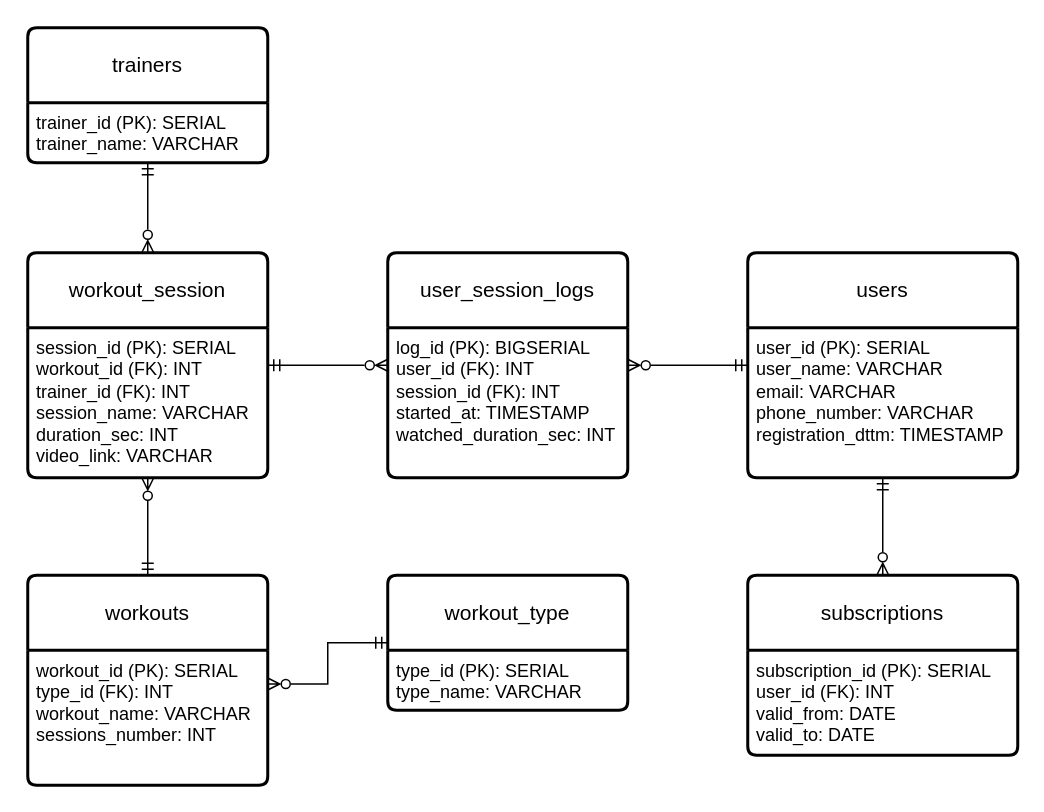
Before: drawio/logical.drawio in Krahjotdaan/db-cource-project, a draw.io diagram. Source tidied: cells renumbered, new cells numbered last; positions are measured from the earlier drawing's top-left corner, leaving out a move shared by most shapes. Both pictures are drawn from the tidied source at 150%, with x=0, y=0 at pixel (27, 27).
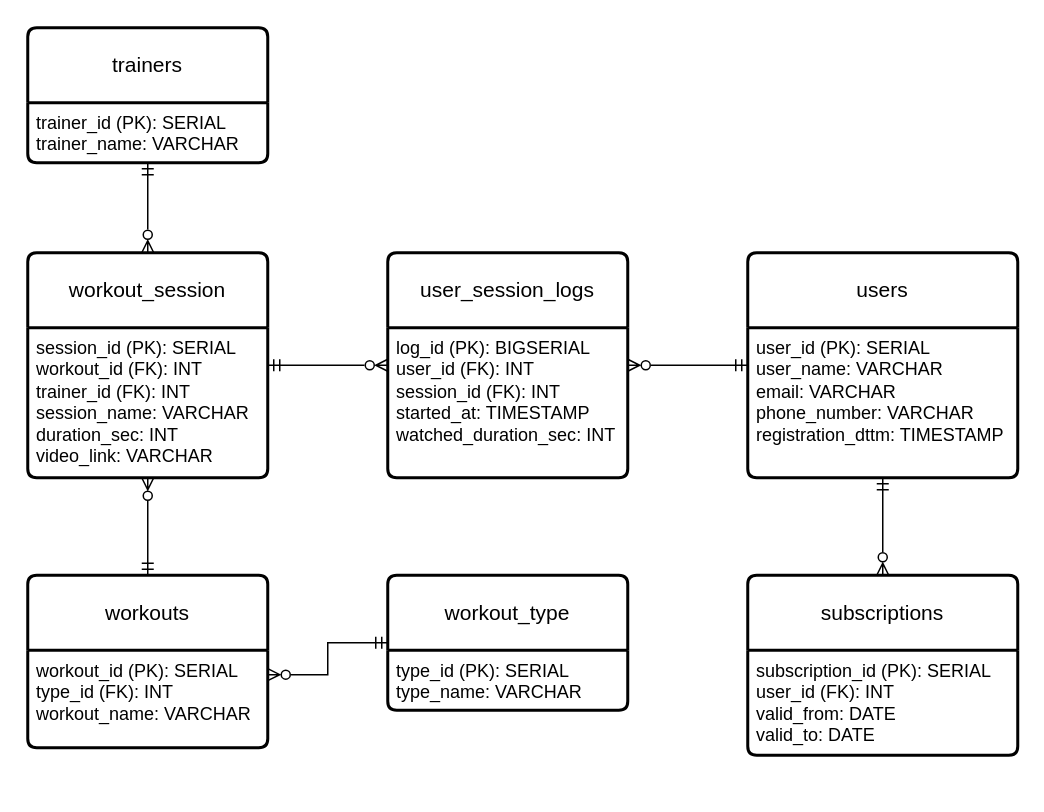
After the change.

The edit, as a diff of the source:
```diff
@@
     <mxCell id="12" value="workouts" style="swimlane;horizontal=1;startSize=50;rounded=1;fontSize=14;fontStyle=0;strokeWidth=2;shadow=0;dashed=0;align=center;arcSize=4;whiteSpace=wrap;html=1;" parent="1" vertex="1">
-      <mxGeometry y="365" width="160" height="140" as="geometry" />
+      <mxGeometry y="365" width="160" height="115" as="geometry" />
     </mxCell>
-    <mxCell id="13" value="workout_id (PK): SERIAL&lt;div&gt;type_id (FK): INT&lt;br&gt;workout_name: VARCHAR&lt;br&gt;sessions_number: INT&lt;div&gt;&lt;br&gt;&lt;/div&gt;&lt;/div&gt;" style="align=left;strokeColor=none;fillColor=none;spacingLeft=4;spacingRight=4;fontSize=12;verticalAlign=top;html=1;whiteSpace=wrap;" parent="12" vertex="1">
-      <mxGeometry y="50" width="160" height="90" as="geometry" />
+    <mxCell id="13" value="workout_id (PK): SERIAL&lt;div&gt;type_id (FK): INT&lt;br&gt;workout_name: VARCHAR&lt;br&gt;&lt;br&gt;&lt;div&gt;&lt;br&gt;&lt;/div&gt;&lt;/div&gt;" style="align=left;strokeColor=none;fillColor=none;spacingLeft=4;spacingRight=4;fontSize=12;verticalAlign=top;html=1;whiteSpace=wrap;" parent="12" vertex="1">
+      <mxGeometry y="50" width="160" height="65" as="geometry" />
     </mxCell>
```
